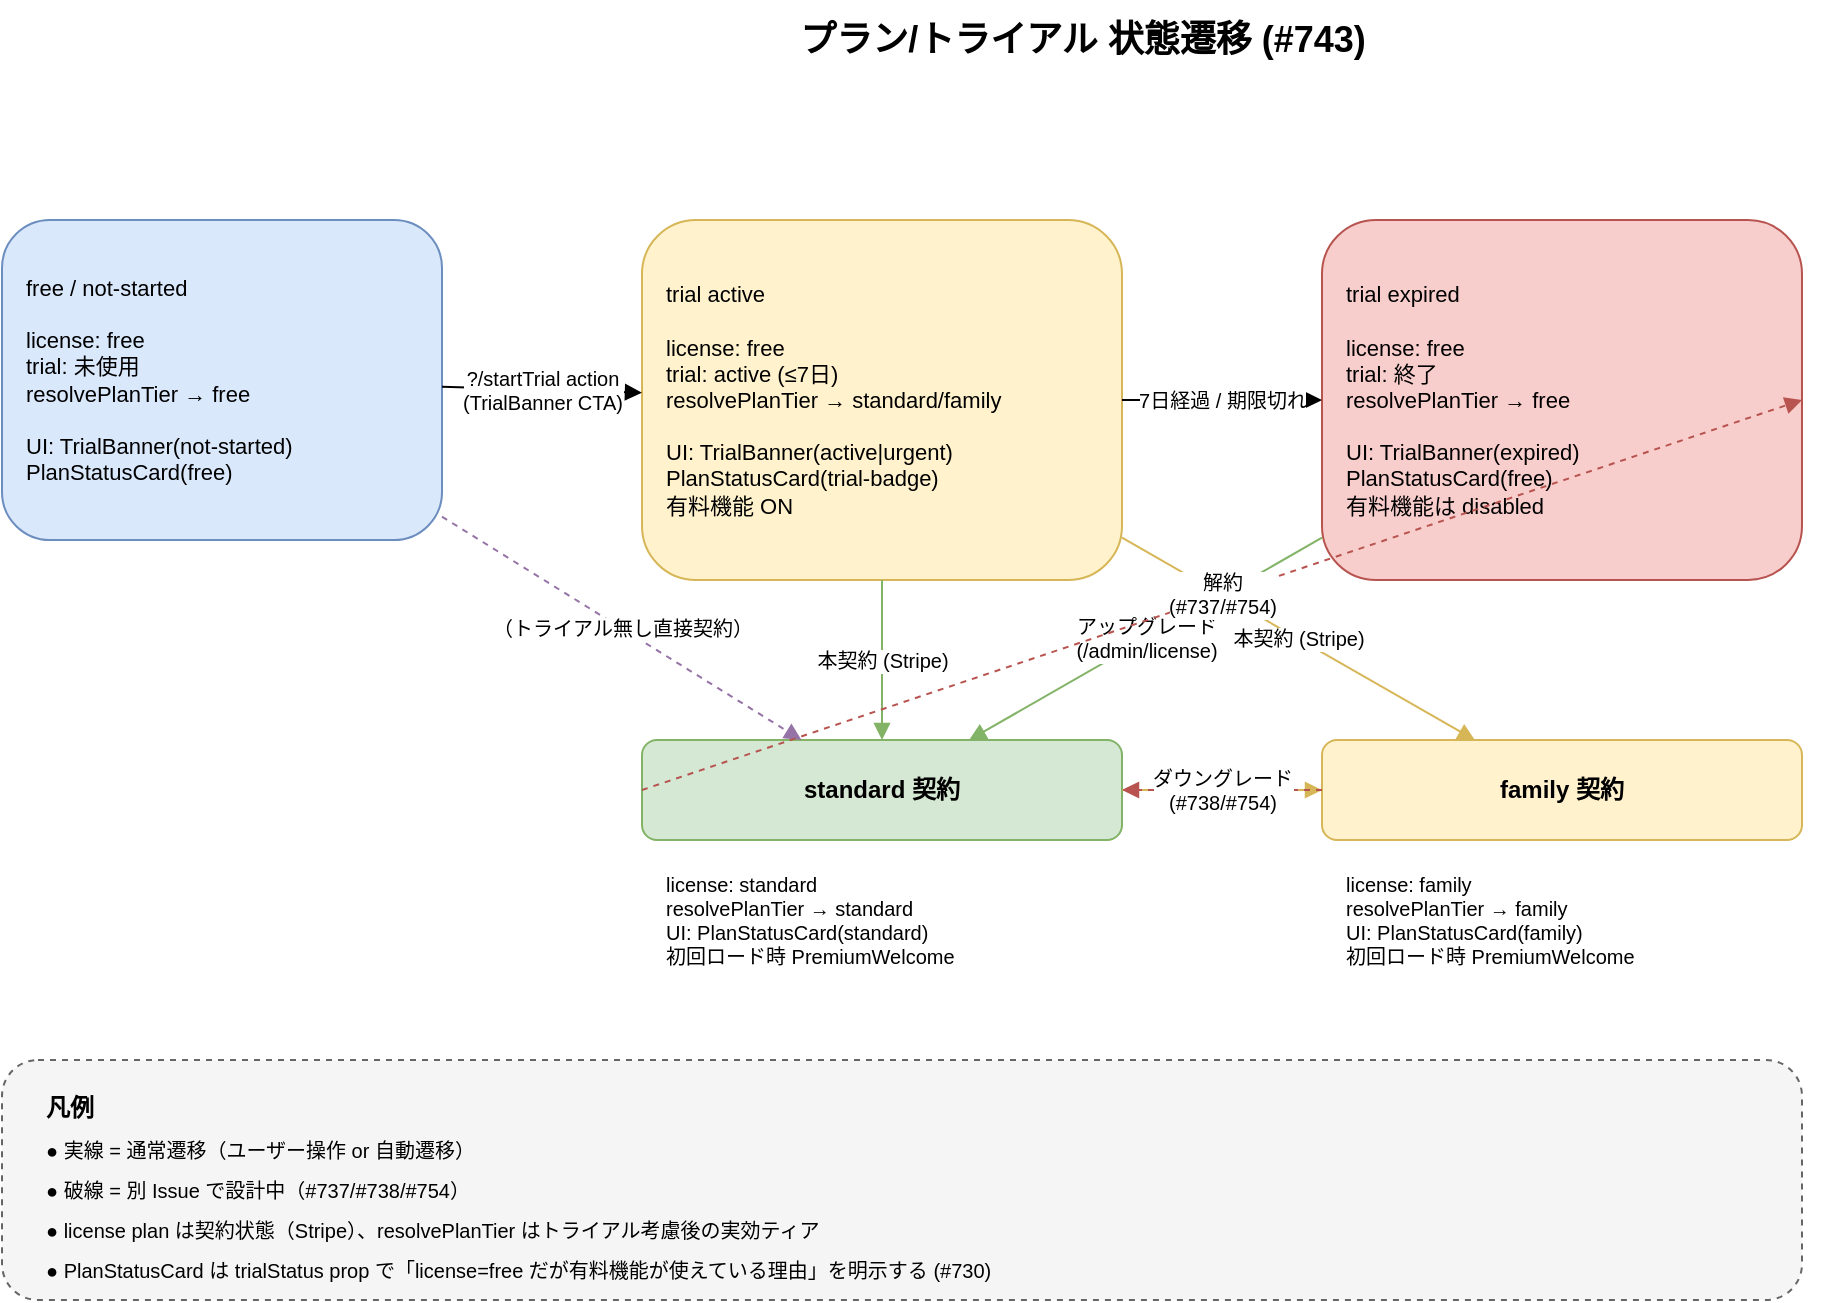
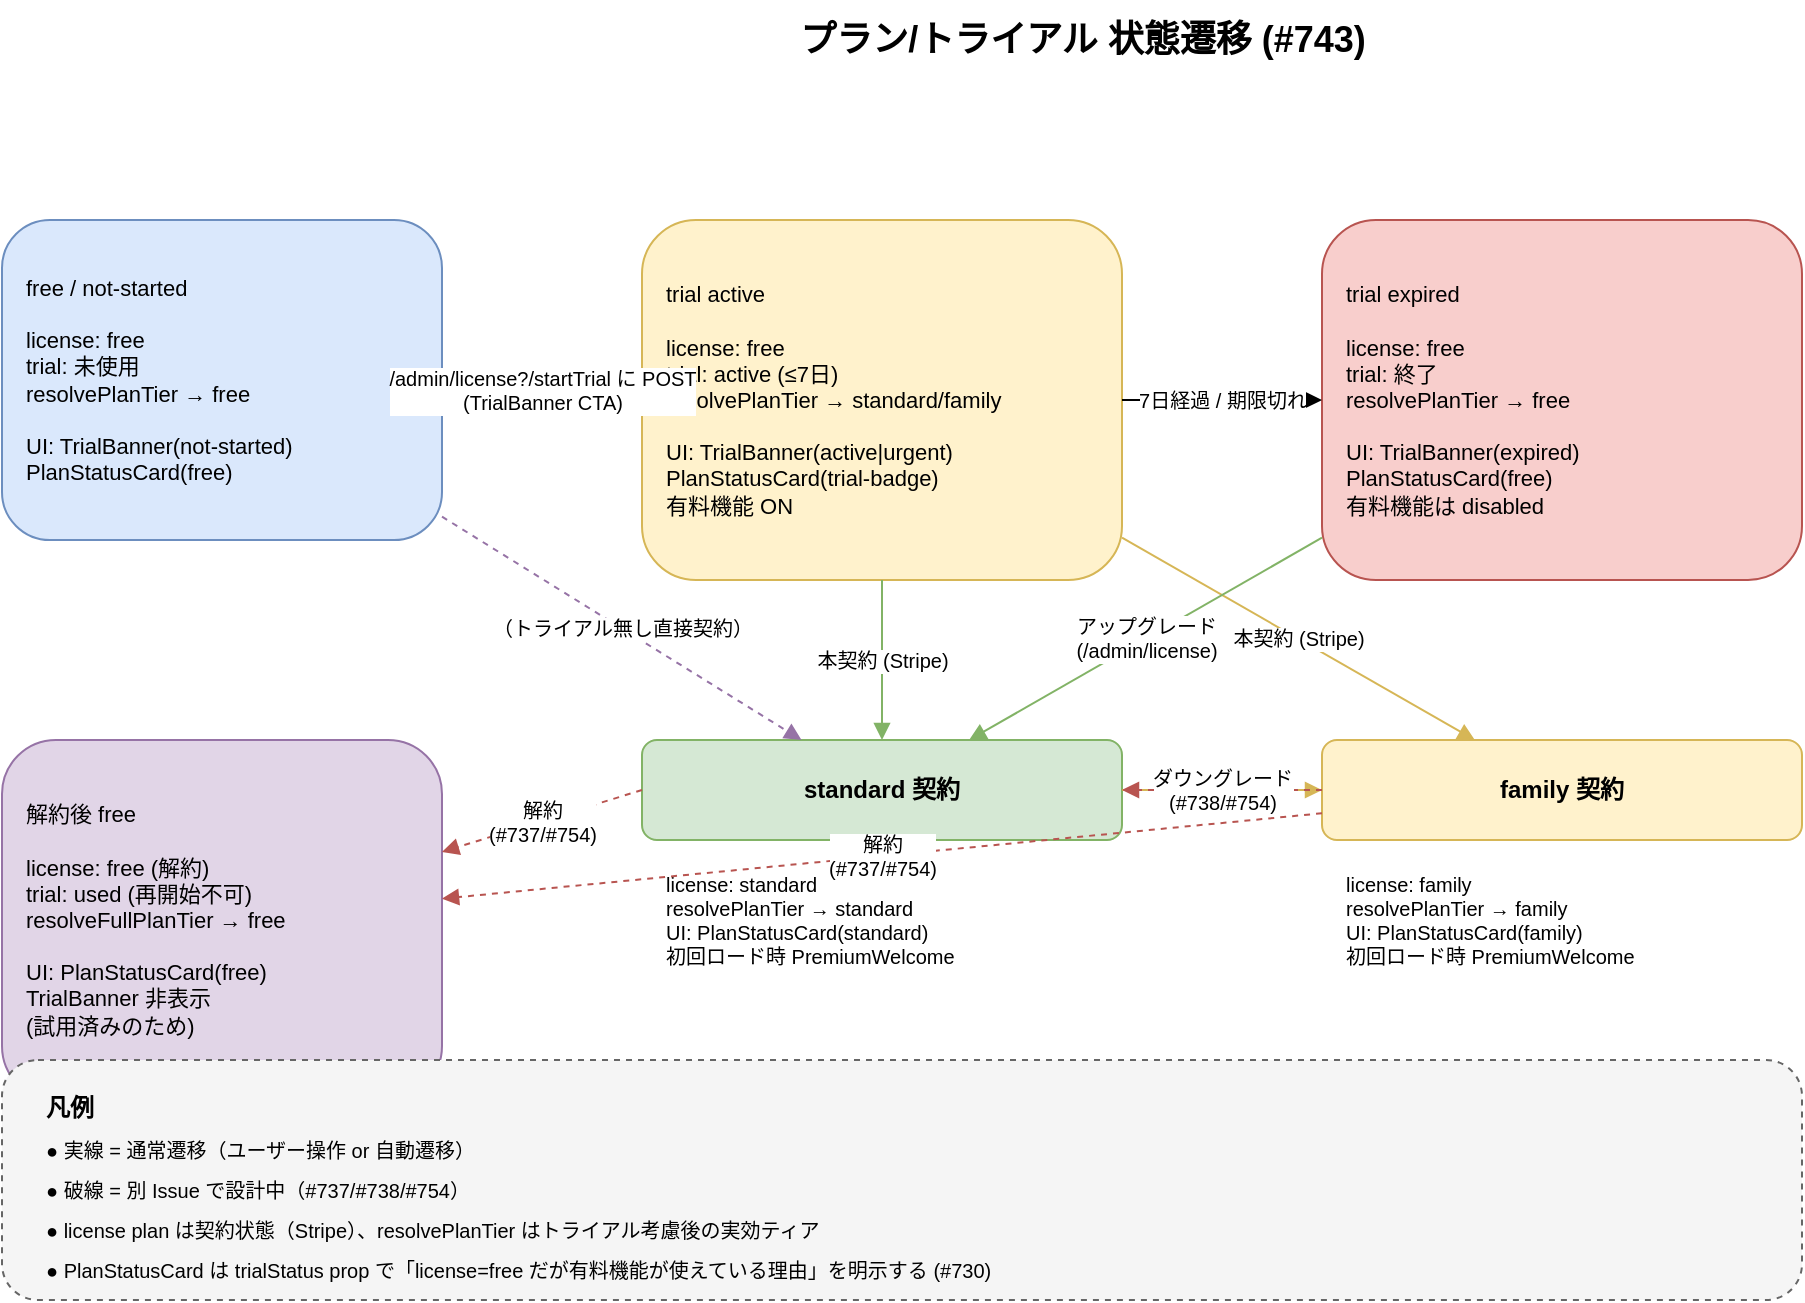
<mxfile host="app.diagrams.net" modified="2026-04-11" agent="Claude" version="24.0.0" type="device">
  <diagram id="plan-trial-states" name="Plan and Trial States">
    <mxGraphModel dx="1422" dy="800" grid="1" gridSize="10" guides="1" tooltips="1" connect="1" arrows="1" fold="1" page="1" pageScale="1" pageWidth="1169" pageHeight="827" math="0" shadow="0">
      <root>
        <mxCell id="0" />
        <mxCell id="1" parent="0" />

        <!-- Title -->
        <mxCell id="title" value="プラン/トライアル 状態遷移 (#743)" style="text;html=1;align=center;verticalAlign=middle;resizable=0;points=[];autosize=1;strokeColor=none;fillColor=none;fontSize=18;fontStyle=1;" vertex="1" parent="1">
          <mxGeometry x="350" y="10" width="500" height="40" as="geometry" />
        </mxCell>

        <!-- State: free not-started -->
        <mxCell id="s_free_ns" value="free / not-started&#xa;&#xa;license: free&#xa;trial: 未使用&#xa;resolvePlanTier → free&#xa;&#xa;UI: TrialBanner(not-started)&#xa;PlanStatusCard(free)" style="rounded=1;whiteSpace=wrap;html=1;fillColor=#dae8fc;strokeColor=#6c8ebf;fontSize=11;align=left;spacingLeft=10;" vertex="1" parent="1">
          <mxGeometry x="60" y="120" width="220" height="160" as="geometry" />
        </mxCell>

        <!-- State: trial active -->
        <mxCell id="s_trial" value="trial active&#xa;&#xa;license: free&#xa;trial: active (≤7日)&#xa;resolvePlanTier → standard/family&#xa;&#xa;UI: TrialBanner(active|urgent)&#xa;PlanStatusCard(trial-badge)&#xa;有料機能 ON" style="rounded=1;whiteSpace=wrap;html=1;fillColor=#fff2cc;strokeColor=#d6b656;fontSize=11;align=left;spacingLeft=10;" vertex="1" parent="1">
          <mxGeometry x="380" y="120" width="240" height="180" as="geometry" />
        </mxCell>

        <!-- State: trial expired -->
        <mxCell id="s_expired" value="trial expired&#xa;&#xa;license: free&#xa;trial: 終了&#xa;resolvePlanTier → free&#xa;&#xa;UI: TrialBanner(expired)&#xa;PlanStatusCard(free)&#xa;有料機能は disabled" style="rounded=1;whiteSpace=wrap;html=1;fillColor=#f8cecc;strokeColor=#b85450;fontSize=11;align=left;spacingLeft=10;" vertex="1" parent="1">
          <mxGeometry x="720" y="120" width="240" height="180" as="geometry" />
        </mxCell>

        <!-- State: standard -->
        <mxCell id="s_standard" value="standard 契約" style="rounded=1;whiteSpace=wrap;html=1;fillColor=#d5e8d4;strokeColor=#82b366;fontSize=12;fontStyle=1;" vertex="1" parent="1">
          <mxGeometry x="380" y="380" width="240" height="50" as="geometry" />
        </mxCell>
        <mxCell id="s_standard_d" value="license: standard&#xa;resolvePlanTier → standard&#xa;UI: PlanStatusCard(standard)&#xa;初回ロード時 PremiumWelcome" style="text;html=1;align=left;verticalAlign=middle;strokeColor=none;fillColor=none;fontSize=10;spacingLeft=10;" vertex="1" parent="1">
          <mxGeometry x="380" y="430" width="240" height="80" as="geometry" />
        </mxCell>

        <!-- State: family -->
        <mxCell id="s_family" value="family 契約" style="rounded=1;whiteSpace=wrap;html=1;fillColor=#fff2cc;strokeColor=#d6b656;fontSize=12;fontStyle=1;" vertex="1" parent="1">
          <mxGeometry x="720" y="380" width="240" height="50" as="geometry" />
        </mxCell>
        <mxCell id="s_family_d" value="license: family&#xa;resolvePlanTier → family&#xa;UI: PlanStatusCard(family)&#xa;初回ロード時 PremiumWelcome" style="text;html=1;align=left;verticalAlign=middle;strokeColor=none;fillColor=none;fontSize=10;spacingLeft=10;" vertex="1" parent="1">
          <mxGeometry x="720" y="430" width="240" height="80" as="geometry" />
        </mxCell>

        <!-- Edges -->
-         <mxCell id="e_ns_to_trial" value="?/startTrial action&#xa;(TrialBanner CTA)" style="endArrow=block;html=1;fontSize=10;rounded=0;" edge="1" parent="1" source="s_free_ns" target="s_trial">
+         <mxCell id="e_ns_to_trial" value="/admin/license?/startTrial に POST&#xa;(TrialBanner CTA)" style="endArrow=block;html=1;fontSize=10;rounded=0;" edge="1" parent="1" source="s_free_ns" target="s_trial">
          <mxGeometry relative="1" as="geometry" />
        </mxCell>

        <mxCell id="e_trial_to_expired" value="7日経過 / 期限切れ" style="endArrow=block;html=1;fontSize=10;rounded=0;" edge="1" parent="1" source="s_trial" target="s_expired">
          <mxGeometry relative="1" as="geometry" />
        </mxCell>

        <mxCell id="e_trial_to_standard" value="本契約 (Stripe)" style="endArrow=block;html=1;fontSize=10;rounded=0;dashed=0;strokeColor=#82b366;" edge="1" parent="1" source="s_trial" target="s_standard">
          <mxGeometry relative="1" as="geometry" />
        </mxCell>

        <mxCell id="e_trial_to_family" value="本契約 (Stripe)" style="endArrow=block;html=1;fontSize=10;rounded=0;strokeColor=#d6b656;" edge="1" parent="1" source="s_trial" target="s_family">
          <mxGeometry relative="1" as="geometry" />
        </mxCell>

        <mxCell id="e_expired_to_standard" value="アップグレード&#xa;(/admin/license)" style="endArrow=block;html=1;fontSize=10;rounded=0;strokeColor=#82b366;" edge="1" parent="1" source="s_expired" target="s_standard">
          <mxGeometry relative="1" as="geometry" />
        </mxCell>

        <mxCell id="e_ns_to_standard" value="（トライアル無し直接契約）" style="endArrow=block;html=1;fontSize=10;rounded=0;dashed=1;strokeColor=#9673A6;" edge="1" parent="1" source="s_free_ns" target="s_standard">
          <mxGeometry relative="1" as="geometry" />
        </mxCell>

        <mxCell id="e_standard_to_family" value="アップグレード" style="endArrow=block;html=1;fontSize=10;rounded=0;strokeColor=#d6b656;" edge="1" parent="1" source="s_standard" target="s_family">
          <mxGeometry relative="1" as="geometry" />
        </mxCell>

        <mxCell id="e_family_to_standard" value="ダウングレード&#xa;(#738/#754)" style="endArrow=block;html=1;fontSize=10;rounded=0;dashed=1;strokeColor=#b85450;" edge="1" parent="1" source="s_family" target="s_standard">
          <mxGeometry relative="1" as="geometry" />
        </mxCell>

-         <mxCell id="e_standard_to_free" value="解約&#xa;(#737/#754)" style="endArrow=block;html=1;fontSize=10;rounded=0;dashed=1;strokeColor=#b85450;exitX=0;exitY=0.5;exitDx=0;exitDy=0;entryX=1;entryY=0.5;entryDx=0;entryDy=0;" edge="1" parent="1" source="s_standard" target="s_expired">
+         <!-- State: canceled free (解約後は trial expired とは別状態) -->
+         <mxCell id="s_canceled_free" value="解約後 free&#xa;&#xa;license: free (解約)&#xa;trial: used (再開始不可)&#xa;resolveFullPlanTier → free&#xa;&#xa;UI: PlanStatusCard(free)&#xa;TrialBanner 非表示&#xa;(試用済みのため)" style="rounded=1;whiteSpace=wrap;html=1;fillColor=#e1d5e7;strokeColor=#9673a6;fontSize=11;align=left;spacingLeft=10;" vertex="1" parent="1">
+           <mxGeometry x="60" y="380" width="220" height="180" as="geometry" />
+         </mxCell>
+ 
+         <mxCell id="e_standard_to_free" value="解約&#xa;(#737/#754)" style="endArrow=block;html=1;fontSize=10;rounded=0;dashed=1;strokeColor=#b85450;exitX=0;exitY=0.5;exitDx=0;exitDy=0;" edge="1" parent="1" source="s_standard" target="s_canceled_free">
+           <mxGeometry relative="1" as="geometry" />
+         </mxCell>
+ 
+         <mxCell id="e_family_to_free" value="解約&#xa;(#737/#754)" style="endArrow=block;html=1;fontSize=10;rounded=0;dashed=1;strokeColor=#b85450;" edge="1" parent="1" source="s_family" target="s_canceled_free">
          <mxGeometry relative="1" as="geometry" />
        </mxCell>

        <!-- Legend -->
        <mxCell id="legend_box" value="" style="rounded=1;whiteSpace=wrap;html=1;fillColor=#f5f5f5;strokeColor=#666666;dashed=1;" vertex="1" parent="1">
          <mxGeometry x="60" y="540" width="900" height="120" as="geometry" />
        </mxCell>
        <mxCell id="legend_t" value="凡例" style="text;html=1;align=left;verticalAlign=top;strokeColor=none;fillColor=none;fontSize=12;fontStyle=1;" vertex="1" parent="1">
          <mxGeometry x="80" y="550" width="100" height="20" as="geometry" />
        </mxCell>
        <mxCell id="legend_l1" value="● 実線 = 通常遷移（ユーザー操作 or 自動遷移）" style="text;html=1;align=left;verticalAlign=middle;strokeColor=none;fillColor=none;fontSize=10;" vertex="1" parent="1">
          <mxGeometry x="80" y="575" width="500" height="20" as="geometry" />
        </mxCell>
        <mxCell id="legend_l2" value="● 破線 = 別 Issue で設計中（#737/#738/#754）" style="text;html=1;align=left;verticalAlign=middle;strokeColor=none;fillColor=none;fontSize=10;" vertex="1" parent="1">
          <mxGeometry x="80" y="595" width="500" height="20" as="geometry" />
        </mxCell>
        <mxCell id="legend_l3" value="● license plan は契約状態（Stripe）、resolvePlanTier はトライアル考慮後の実効ティア" style="text;html=1;align=left;verticalAlign=middle;strokeColor=none;fillColor=none;fontSize=10;" vertex="1" parent="1">
          <mxGeometry x="80" y="615" width="700" height="20" as="geometry" />
        </mxCell>
        <mxCell id="legend_l4" value="● PlanStatusCard は trialStatus prop で「license=free だが有料機能が使えている理由」を明示する (#730)" style="text;html=1;align=left;verticalAlign=middle;strokeColor=none;fillColor=none;fontSize=10;" vertex="1" parent="1">
          <mxGeometry x="80" y="635" width="800" height="20" as="geometry" />
        </mxCell>

      </root>
    </mxGraphModel>
  </diagram>

  <diagram id="screen-flow" name="Screen Flow">
    <mxGraphModel dx="1422" dy="800" grid="1" gridSize="10" guides="1" tooltips="1" connect="1" arrows="1" fold="1" page="1" pageScale="1" pageWidth="1169" pageHeight="827" math="0" shadow="0">
      <root>
        <mxCell id="0" />
        <mxCell id="1" parent="0" />

        <!-- Title -->
        <mxCell id="title" value="アップグレード / Welcome 画面遷移 (#743)" style="text;html=1;align=center;verticalAlign=middle;resizable=0;points=[];autosize=1;strokeColor=none;fillColor=none;fontSize=18;fontStyle=1;" vertex="1" parent="1">
          <mxGeometry x="350" y="10" width="500" height="40" as="geometry" />
        </mxCell>

        <!-- Step 1: admin load -->
-         <mxCell id="step1" value="admin/+page.server.ts (load)&#xa;&#xa;1. resolvePlanTier → planTier&#xa;2. getTrialStatus → trialStatus&#xa;3. isPaidTier(planTier) → isPaid&#xa;4. if isPaid && premium_welcome_shown !== 'true'&#xa;   → showPremiumWelcome=true" style="rounded=1;whiteSpace=wrap;html=1;fillColor=#dae8fc;strokeColor=#6c8ebf;fontSize=10;align=left;spacingLeft=10;verticalAlign=top;spacingTop=10;" vertex="1" parent="1">
+         <mxCell id="step1" value="admin/+layout.server.ts (load)&#xa;&#xa;1. resolveFullPlanTier → planTier&#xa;2. getTrialStatus → trialStatus&#xa;3. admin/+page.server.ts は parent() から継承&#xa;4. isPaidTier(planTier) → isPaid&#xa;5. if isPaid && premium_welcome_shown !== 'true'&#xa;   → showPremiumWelcome=true" style="rounded=1;whiteSpace=wrap;html=1;fillColor=#dae8fc;strokeColor=#6c8ebf;fontSize=10;align=left;spacingLeft=10;verticalAlign=top;spacingTop=10;" vertex="1" parent="1">
          <mxGeometry x="60" y="100" width="320" height="140" as="geometry" />
        </mxCell>

        <!-- Step 2: admin home -->
        <mxCell id="step2" value="AdminHome.svelte&#xa;&#xa;{#if trialStatus} TrialBanner&#xa;PlanStatusCard&#xa;... コンテンツ ...&#xa;{#if welcomeVisible} PremiumWelcome" style="rounded=1;whiteSpace=wrap;html=1;fillColor=#d5e8d4;strokeColor=#82b366;fontSize=10;align=left;spacingLeft=10;verticalAlign=top;spacingTop=10;" vertex="1" parent="1">
          <mxGeometry x="440" y="100" width="280" height="140" as="geometry" />
        </mxCell>

        <!-- Step 3: dismiss -->
        <mxCell id="step3" value="onDismiss()&#xa;&#xa;fetch ?/dismissPremiumWelcome&#xa;→ setSetting('premium_welcome_shown','true')&#xa;→ welcomeVisible = false" style="rounded=1;whiteSpace=wrap;html=1;fillColor=#fff2cc;strokeColor=#d6b656;fontSize=10;align=left;spacingLeft=10;verticalAlign=top;spacingTop=10;" vertex="1" parent="1">
          <mxGeometry x="780" y="100" width="280" height="140" as="geometry" />
        </mxCell>

        <!-- Stripe path -->
        <mxCell id="stripe1" value="TrialBanner / PlanStatusCard / FeatureGate&#xa;CTA → /admin/license" style="rounded=1;whiteSpace=wrap;html=1;fillColor=#dae8fc;strokeColor=#6c8ebf;fontSize=10;align=left;spacingLeft=10;verticalAlign=top;spacingTop=10;" vertex="1" parent="1">
          <mxGeometry x="60" y="320" width="320" height="80" as="geometry" />
        </mxCell>
        <mxCell id="stripe2" value="Stripe Checkout&#xa;ユーザーが決済完了" style="rounded=1;whiteSpace=wrap;html=1;fillColor=#fff2cc;strokeColor=#d6b656;fontSize=10;align=left;spacingLeft=10;verticalAlign=top;spacingTop=10;" vertex="1" parent="1">
          <mxGeometry x="440" y="320" width="280" height="80" as="geometry" />
        </mxCell>
        <mxCell id="stripe3" value="Stripe webhook&#xa;→ license plan を更新&#xa;(standard / family)" style="rounded=1;whiteSpace=wrap;html=1;fillColor=#d5e8d4;strokeColor=#82b366;fontSize=10;align=left;spacingLeft=10;verticalAlign=top;spacingTop=10;" vertex="1" parent="1">
          <mxGeometry x="780" y="320" width="280" height="80" as="geometry" />
        </mxCell>
        <mxCell id="stripe4" value="次回 admin ロード&#xa;→ isPaid=true && premium_welcome_shown!=='true'&#xa;→ PremiumWelcome 表示" style="rounded=1;whiteSpace=wrap;html=1;fillColor=#dae8fc;strokeColor=#6c8ebf;fontSize=10;align=left;spacingLeft=10;verticalAlign=top;spacingTop=10;" vertex="1" parent="1">
          <mxGeometry x="780" y="440" width="280" height="80" as="geometry" />
        </mxCell>

        <!-- Edges -->
        <mxCell id="e1" style="endArrow=block;html=1;rounded=0;" edge="1" parent="1" source="step1" target="step2">
          <mxGeometry relative="1" as="geometry" />
        </mxCell>
        <mxCell id="e2" style="endArrow=block;html=1;rounded=0;" edge="1" parent="1" source="step2" target="step3">
          <mxGeometry relative="1" as="geometry" />
        </mxCell>
        <mxCell id="e3" style="endArrow=block;html=1;rounded=0;" edge="1" parent="1" source="stripe1" target="stripe2">
          <mxGeometry relative="1" as="geometry" />
        </mxCell>
        <mxCell id="e4" style="endArrow=block;html=1;rounded=0;" edge="1" parent="1" source="stripe2" target="stripe3">
          <mxGeometry relative="1" as="geometry" />
        </mxCell>
        <mxCell id="e5" style="endArrow=block;html=1;rounded=0;" edge="1" parent="1" source="stripe3" target="stripe4">
          <mxGeometry relative="1" as="geometry" />
        </mxCell>

      </root>
    </mxGraphModel>
  </diagram>
</mxfile>
